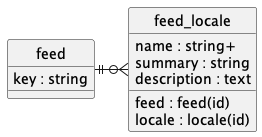
This is doc/concepts/feed/uml.png from contactopensource/contactopensource, a PlantUML export, as it was before one commit.
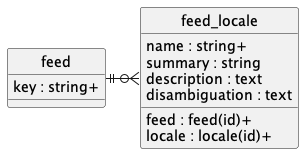
After the commit.

Change to the diagram source:
```diff
@@ -4,15 +4,16 @@
 hide circle
 
 entity feed {
-    key : string
+    key : string+
 }
 
 entity feed_locale {
-    feed : feed(id)
-    locale : locale(id)
+    feed : feed(id)+
+    locale : locale(id)+
     name : string+
     summary : string
     description : text
+    disambiguation : text
 }
 
 feed ||-r-o{ feed_locale
```
